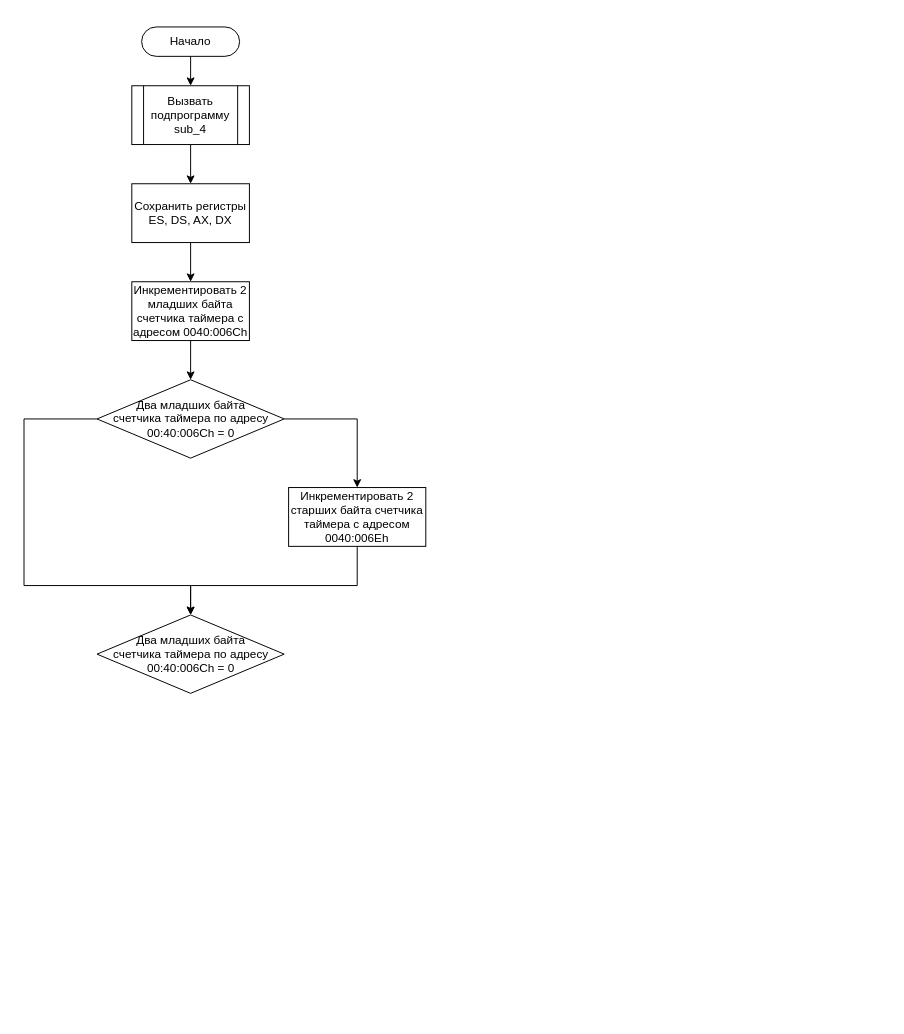
The draw.io diagram page "INT_8H" (1 of 2) of eduSem_5/OS/LR_1/int8h_model.drawio in AndreevAA/BMSTU, before the edit. Source tidied: cells renumbered, new cells numbered last; positions are measured from the earlier drawing's top-left corner, leaving out a move shared by most shapes. Both pictures are drawn from the tidied source at 98%, with x=0, y=0 at pixel (24, 26).
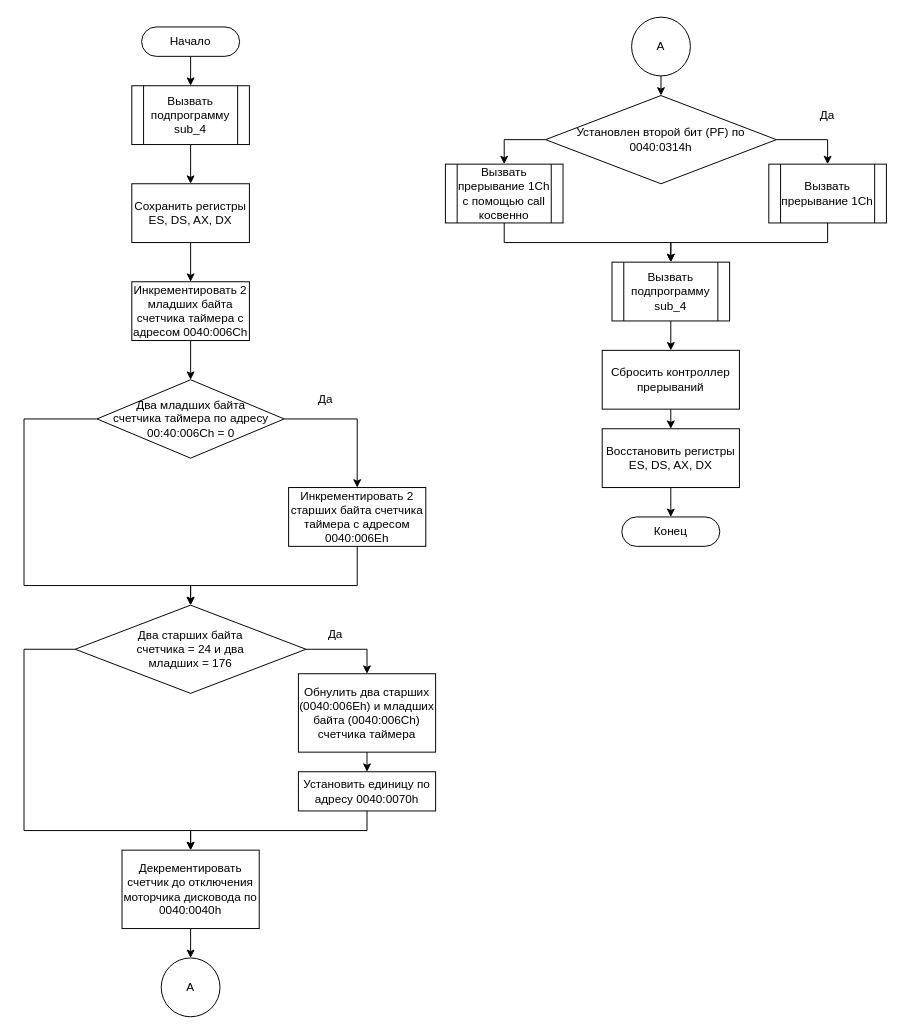
After the change.

What changed in the source:
```diff
@@
+    <mxCell id="16" style="edgeStyle=orthogonalEdgeStyle;rounded=0;jettySize=auto;html=1;exitX=1;exitY=0.5;exitDx=0;exitDy=0;entryX=0.5;entryY=0;entryDx=0;entryDy=0;" parent="1" edge="1" source="15" target="19">
+      <mxGeometry relative="1" as="geometry" />
+    </mxCell>
+    <mxCell id="17" style="edgeStyle=orthogonalEdgeStyle;rounded=0;jettySize=auto;html=1;exitX=0;exitY=0.5;exitDx=0;exitDy=0;entryX=0.5;entryY=0;entryDx=0;entryDy=0;" parent="1" edge="1" source="15" target="23">
+      <mxGeometry relative="1" as="geometry">
+        <Array as="points">
+          <mxPoint y="635" />
+          <mxPoint y="820" />
+          <mxPoint x="170" y="820" />
+        </Array>
+      </mxGeometry>
+    </mxCell>
-    <mxCell id="15" value="Два младших байта &lt;br&gt;счетчика таймера по адресу 00:40:006Сh = 0" style="rhombus;whiteSpace=wrap;html=1;" parent="1" vertex="1">
-      <mxGeometry x="74.5" y="600" width="191" height="80" as="geometry" />
+    <mxCell id="15" value="Два старших байта &lt;br&gt;счетчика = 24 и два &lt;br&gt;младших = 176" style="rhombus;whiteSpace=wrap;html=1;" parent="1" vertex="1">
+      <mxGeometry x="52.2" y="590" width="235.5" height="90" as="geometry" />
     </mxCell>
+    <mxCell id="18" style="edgeStyle=orthogonalEdgeStyle;rounded=0;jettySize=auto;html=1;exitX=0.5;exitY=1;exitDx=0;exitDy=0;entryX=0.5;entryY=0;entryDx=0;entryDy=0;" parent="1" edge="1" source="19" target="21">
+      <mxGeometry relative="1" as="geometry" />
+    </mxCell>
+    <mxCell id="19" value="Обнулить два старших (0040:006Eh) и младших байта (0040:006Ch) счетчика таймера" style="rounded=0;whiteSpace=wrap;html=1;" parent="1" vertex="1">
+      <mxGeometry x="280" y="660" width="140" height="80" as="geometry" />
+    </mxCell>
+    <mxCell id="20" style="edgeStyle=orthogonalEdgeStyle;rounded=0;jettySize=auto;html=1;exitX=0.5;exitY=1;exitDx=0;exitDy=0;" parent="1" edge="1" source="21" target="23">
+      <mxGeometry relative="1" as="geometry" />
+    </mxCell>
+    <mxCell id="21" value="Установить единицу по адресу 0040:0070h" style="rounded=0;whiteSpace=wrap;html=1;" parent="1" vertex="1">
+      <mxGeometry x="280" y="760" width="140" height="40" as="geometry" />
+    </mxCell>
+    <mxCell id="22" style="edgeStyle=orthogonalEdgeStyle;rounded=0;jettySize=auto;html=1;exitX=0.5;exitY=1;exitDx=0;exitDy=0;entryX=0.5;entryY=0;entryDx=0;entryDy=0;" parent="1" edge="1" source="23" target="24">
+      <mxGeometry relative="1" as="geometry" />
+    </mxCell>
+    <mxCell id="23" value="Декрементировать счетчик до отключения моторчика дисковода по 0040:0040h" style="rounded=0;whiteSpace=wrap;html=1;" parent="1" vertex="1">
+      <mxGeometry x="100" y="840" width="140" height="80" as="geometry" />
+    </mxCell>
+    <mxCell id="24" value="А" style="ellipse;whiteSpace=wrap;html=1;" parent="1" vertex="1">
+      <mxGeometry x="140" y="950" width="60" height="60" as="geometry" />
+    </mxCell>
+    <mxCell id="25" style="edgeStyle=orthogonalEdgeStyle;rounded=0;jettySize=auto;html=1;exitX=0.5;exitY=1;exitDx=0;exitDy=0;entryX=0.5;entryY=0;entryDx=0;entryDy=0;" parent="1" edge="1" source="26" target="29">
+      <mxGeometry relative="1" as="geometry" />
+    </mxCell>
+    <mxCell id="26" value="А" style="ellipse;whiteSpace=wrap;html=1;" parent="1" vertex="1">
+      <mxGeometry x="620" y="-10" width="60" height="60" as="geometry" />
+    </mxCell>
+    <mxCell id="27" style="edgeStyle=orthogonalEdgeStyle;rounded=0;jettySize=auto;html=1;exitX=1;exitY=0.5;exitDx=0;exitDy=0;entryX=0.5;entryY=0;entryDx=0;entryDy=0;" parent="1" edge="1" source="29" target="33">
+      <mxGeometry relative="1" as="geometry" />
+    </mxCell>
+    <mxCell id="28" style="edgeStyle=orthogonalEdgeStyle;rounded=0;jettySize=auto;html=1;exitX=0;exitY=0.5;exitDx=0;exitDy=0;entryX=0.5;entryY=0;entryDx=0;entryDy=0;" parent="1" edge="1" source="29" target="31">
+      <mxGeometry relative="1" as="geometry" />
+    </mxCell>
+    <mxCell id="29" value="Установлен второй бит (PF) по 0040:0314h" style="rhombus;whiteSpace=wrap;html=1;" parent="1" vertex="1">
+      <mxGeometry x="532.2" y="70" width="235.5" height="90" as="geometry" />
+    </mxCell>
+    <mxCell id="30" style="edgeStyle=orthogonalEdgeStyle;rounded=0;jettySize=auto;html=1;exitX=0.5;exitY=1;exitDx=0;exitDy=0;entryX=0.5;entryY=0;entryDx=0;entryDy=0;" parent="1" edge="1" source="31" target="38">
+      <mxGeometry relative="1" as="geometry" />
+    </mxCell>
+    <mxCell id="31" value="Вызвать прерывание 1Ch с помощью call косвенно" style="shape=process;whiteSpace=wrap;html=1;backgroundOutline=1;" parent="1" vertex="1">
+      <mxGeometry x="430" y="140" width="120" height="60" as="geometry" />
+    </mxCell>
+    <mxCell id="32" style="edgeStyle=orthogonalEdgeStyle;rounded=0;jettySize=auto;html=1;exitX=0.5;exitY=1;exitDx=0;exitDy=0;entryX=0.5;entryY=0;entryDx=0;entryDy=0;" parent="1" edge="1" source="33" target="38">
+      <mxGeometry relative="1" as="geometry" />
+    </mxCell>
+    <mxCell id="33" value="Вызвать прерывание 1Ch" style="shape=process;whiteSpace=wrap;html=1;backgroundOutline=1;" parent="1" vertex="1">
+      <mxGeometry x="760" y="140" width="120" height="60" as="geometry" />
+    </mxCell>
+    <mxCell id="34" value="Да" style="text;html=1;strokeColor=none;fillColor=none;align=center;verticalAlign=middle;whiteSpace=wrap;rounded=0;" parent="1" vertex="1">
+      <mxGeometry x="288" y="370" width="40" height="20" as="geometry" />
+    </mxCell>
+    <mxCell id="35" value="Да" style="text;html=1;strokeColor=none;fillColor=none;align=center;verticalAlign=middle;whiteSpace=wrap;rounded=0;" parent="1" vertex="1">
+      <mxGeometry x="298" y="610" width="40" height="20" as="geometry" />
+    </mxCell>
+    <mxCell id="36" value="Да" style="text;html=1;strokeColor=none;fillColor=none;align=center;verticalAlign=middle;whiteSpace=wrap;rounded=0;" parent="1" vertex="1">
+      <mxGeometry x="800" y="80" width="40" height="20" as="geometry" />
+    </mxCell>
+    <mxCell id="37" style="edgeStyle=orthogonalEdgeStyle;rounded=0;jettySize=auto;html=1;exitX=0.5;exitY=1;exitDx=0;exitDy=0;entryX=0.5;entryY=0;entryDx=0;entryDy=0;" parent="1" edge="1" source="38" target="40">
+      <mxGeometry relative="1" as="geometry" />
+    </mxCell>
+    <mxCell id="38" value="Вызвать подпрограмму sub_4" style="shape=process;whiteSpace=wrap;html=1;backgroundOutline=1;" parent="1" vertex="1">
+      <mxGeometry x="600" y="240" width="120" height="60" as="geometry" />
+    </mxCell>
+    <mxCell id="39" style="edgeStyle=orthogonalEdgeStyle;rounded=0;jettySize=auto;html=1;exitX=0.5;exitY=1;exitDx=0;exitDy=0;entryX=0.5;entryY=0;entryDx=0;entryDy=0;" parent="1" edge="1" source="40" target="42">
+      <mxGeometry relative="1" as="geometry" />
+    </mxCell>
+    <mxCell id="40" value="Сбросить контроллер прерываний" style="rounded=0;whiteSpace=wrap;html=1;" parent="1" vertex="1">
+      <mxGeometry x="590" y="330" width="140" height="60" as="geometry" />
+    </mxCell>
+    <mxCell id="41" style="edgeStyle=orthogonalEdgeStyle;rounded=0;jettySize=auto;html=1;exitX=0.5;exitY=1;exitDx=0;exitDy=0;entryX=0.5;entryY=0;entryDx=0;entryDy=0;" parent="1" edge="1" source="42" target="43">
+      <mxGeometry relative="1" as="geometry" />
+    </mxCell>
+    <mxCell id="42" value="Восстановить регистры ES, DS, AX, DX" style="rounded=0;whiteSpace=wrap;html=1;" parent="1" vertex="1">
+      <mxGeometry x="590" y="410" width="140" height="60" as="geometry" />
+    </mxCell>
+    <mxCell id="43" value="Конец" style="rounded=1;whiteSpace=wrap;html=1;arcSize=50;" parent="1" vertex="1">
+      <mxGeometry x="610" y="500" width="100" height="30" as="geometry" />
+    </mxCell>
```
